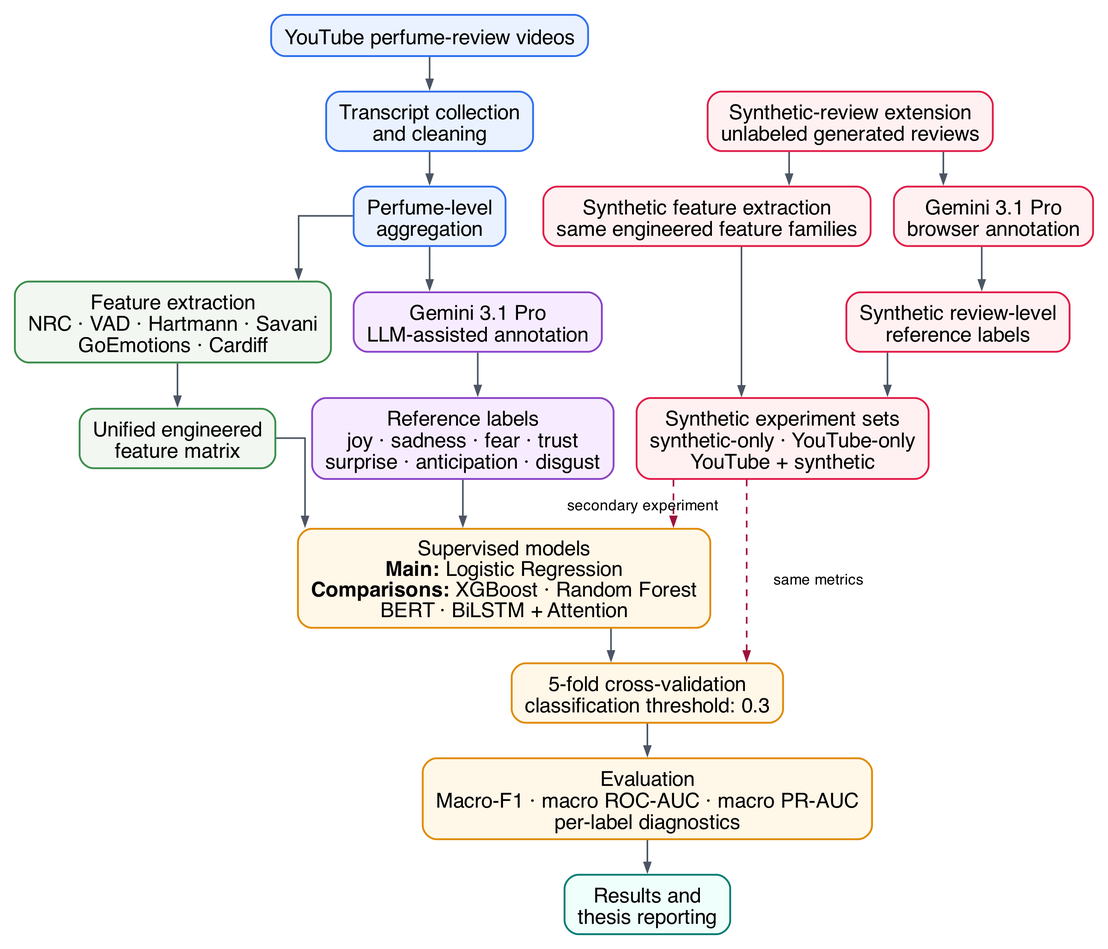
Above: docs/diagrams/figure_3_1_full_thesis_pipeline.png in ececanga/Sentiment-Analysis-for-Perfume-Reviews (Mermaid), before the change. Its source is kept beside it as docs/thesis/mermaid diagrams/mermaid codes/figure_3_1_full_thesis_pipeline.mmd. Its diagram source:
```mermaid
---
config:
  layout: dagre
  flowchart:
    nodeSpacing: 20
    rankSpacing: 25
---
flowchart TD
    A["Review text sources<br/>YouTube transcripts: main dataset<br/>Synthetic reviews: extension"]
    B["Text preparation and formatting"]

    A --> B

    B --> D["Feature extraction<br/>NRC · VAD · transformer emotion signals"]
    D --> E[Unified engineered feature matrix]

    B --> F["Gemini 3.1 Pro<br/>browser-based labeling"]
    F --> G["Model-based reference labels<br/>seven emotion targets"]

    E --> H["Supervised models<br/><b>Main:</b> Logistic Regression<br/><b>Comparisons:</b> XGBoost · Random Forest<br/>BERT · BiLSTM + Attention"]
    G --> H

    H --> I["Evaluation settings<br/>YouTube-only · synthetic-only · YouTube + synthetic<br/>5-fold CV · threshold: 0.3"]

    I --> J["Metrics and diagnostics<br/>macro-F1 · macro ROC-AUC · macro PR-AUC"]

    J --> K[Results and thesis reporting]
```
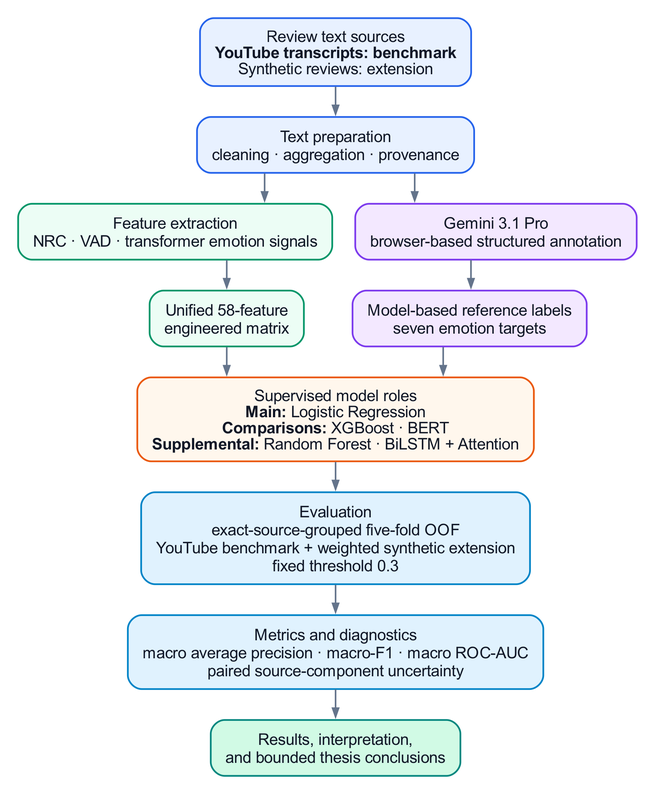
The same file after the commit.

The edit, as a diff of the source:
```diff
@@ -17,11 +17,11 @@
     B --> F["Gemini 3.1 Pro<br/>browser-based labeling"]
     F --> G["Model-based reference labels<br/>seven emotion targets"]
 
-    E --> H["Supervised models<br/><b>Main:</b> Logistic Regression<br/><b>Comparisons:</b> XGBoost · Random Forest<br/>BERT · BiLSTM + Attention"]
+    E --> H["Supervised model roles<br/><b>Main:</b> Logistic Regression<br/><b>Comparisons:</b> XGBoost · BERT<br/><b>Supplemental:</b> Random Forest · BiLSTM + Attention"]
     G --> H
 
-    H --> I["Evaluation settings<br/>YouTube-only · synthetic-only · YouTube + synthetic<br/>5-fold CV · threshold: 0.3"]
+    H --> I["Evaluation settings<br/>exact-source-grouped 5-fold OOF<br/>YouTube-only and weighted synthetic extension<br/>threshold: 0.3"]
 
-    I --> J["Metrics and diagnostics<br/>macro-F1 · macro ROC-AUC · macro PR-AUC"]
+    I --> J["Metrics and diagnostics<br/>macro average precision · macro-F1 · macro ROC-AUC<br/>paired component uncertainty"]
 
     J --> K[Results and thesis reporting]
```
